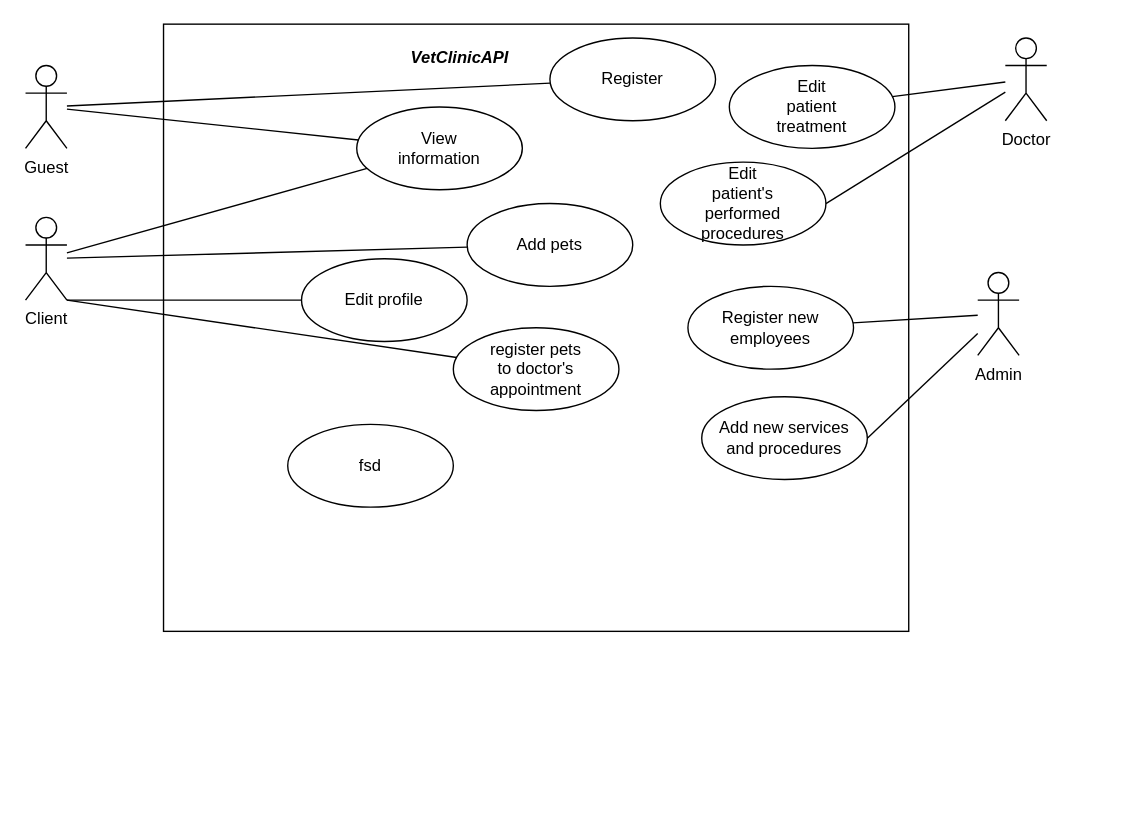
Before: UseCases.drawio in TRybina132/vetClinic, a draw.io diagram. Source tidied: cells renumbered, new cells numbered last; positions are measured from the earlier drawing's top-left corner, leaving out a move shared by most shapes. Both pictures are drawn from the tidied source at 138%, with x=0, y=0 at pixel (25, 23).
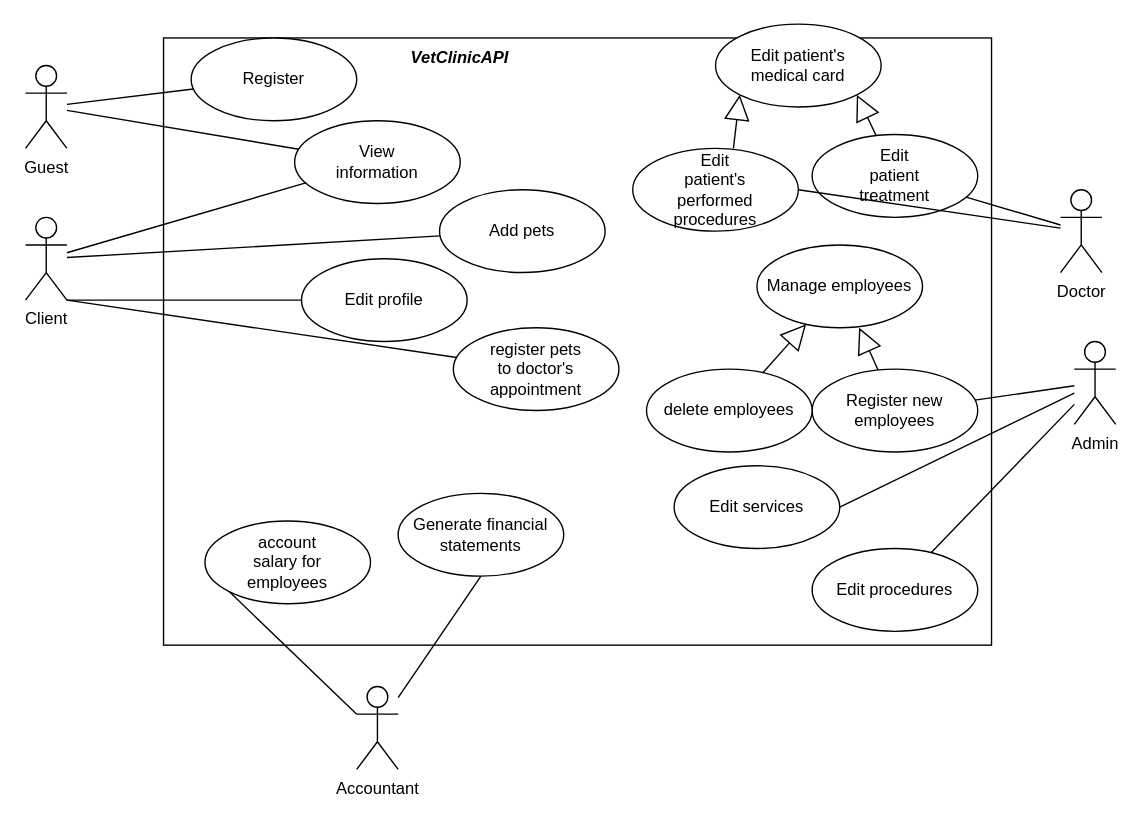
The same page after the edit.

Unchanged cells that the change refers to:
```xml
<mxCell id="32" style="ellipse;whiteSpace=wrap;html=1;" parent="31" vertex="1">
  <mxGeometry width="120" height="60" as="geometry" />
</mxCell>
<mxCell id="35" style="ellipse;whiteSpace=wrap;html=1;" parent="34" vertex="1">
  <mxGeometry width="120" height="60" as="geometry" />
</mxCell>
```

Diff of the diagram source:
```diff
@@
     <mxCell id="2" style="rounded=0;whiteSpace=wrap;html=1;" parent="1" vertex="1">
-      <mxGeometry x="100" width="540" height="440" as="geometry" />
+      <mxGeometry x="100" y="10" width="600" height="440" as="geometry" />
     </mxCell>
@@
     <mxCell id="4" style="group;" parent="1" vertex="1">
-      <mxGeometry x="240" y="60" width="120" height="60" as="geometry" />
+      <mxGeometry x="195" y="70" width="120" height="60" as="geometry" />
     </mxCell>
@@
     <mxCell id="7" style="group;" parent="1" vertex="1">
-      <mxGeometry x="380" y="10" width="120" height="60" as="geometry" />
+      <mxGeometry x="120" y="10" width="120" height="60" as="geometry" />
     </mxCell>
@@
     <mxCell id="17" style="group;" parent="1" vertex="1">
-      <mxGeometry x="320" y="130" width="120" height="60" as="geometry" />
+      <mxGeometry x="300" y="120" width="120" height="60" as="geometry" />
     </mxCell>
@@
-    <mxCell id="20" style="group;" parent="1" vertex="1">
-      <mxGeometry x="190" y="290" width="120" height="60" as="geometry" />
-    </mxCell>
-    <mxCell id="21" style="ellipse;whiteSpace=wrap;html=1;" parent="20" vertex="1">
-      <mxGeometry width="120" height="60" as="geometry" />
-    </mxCell>
-    <mxCell id="22" value="fsd" style="text;html=1;strokeColor=none;fillColor=none;align=center;verticalAlign=middle;whiteSpace=wrap;rounded=0;" parent="20" vertex="1">
-      <mxGeometry x="30" y="15" width="60" height="30" as="geometry" />
-    </mxCell>
@@
     <mxCell id="30" value="Doctor" style="shape=umlActor;verticalLabelPosition=bottom;verticalAlign=top;html=1;outlineConnect=0;" parent="1" vertex="1">
-      <mxGeometry x="710" y="10" width="30" height="60" as="geometry" />
+      <mxGeometry x="750" y="120" width="30" height="60" as="geometry" />
     </mxCell>
     <mxCell id="31" style="group;" parent="1" vertex="1">
-      <mxGeometry x="510" y="30" width="120" height="60" as="geometry" />
+      <mxGeometry x="570" y="80" width="120" height="60" as="geometry" />
     </mxCell>
@@
     <mxCell id="34" style="group;" parent="1" vertex="1">
-      <mxGeometry x="460" y="100" width="120" height="60" as="geometry" />
+      <mxGeometry x="440" y="90" width="120" height="60" as="geometry" />
     </mxCell>
@@
-    <mxCell id="38" style="endArrow=none;html=1;rounded=0;" parent="1" edge="1" source="30">
-      <mxGeometry relative="1" as="geometry">
-        <mxPoint x="580" y="130" as="targetPoint" />
-      </mxGeometry>
+    <mxCell id="38" style="endArrow=none;html=1;rounded=0;entryX=1;entryY=0.5;entryDx=0;entryDy=0;" parent="1" edge="1" source="30" target="35">
+      <mxGeometry relative="1" as="geometry" />
     </mxCell>
     <mxCell id="39" value="&lt;div&gt;Register new &lt;br&gt;&lt;/div&gt;&lt;div&gt;employees&lt;br&gt;&lt;/div&gt;" style="ellipse;whiteSpace=wrap;html=1;" parent="1" vertex="1">
-      <mxGeometry x="480" y="190" width="120" height="60" as="geometry" />
+      <mxGeometry x="570" y="250" width="120" height="60" as="geometry" />
     </mxCell>
-    <mxCell id="40" value="&lt;div&gt;Add new services&lt;/div&gt;&lt;div&gt;and procedures&lt;br&gt;&lt;/div&gt;" style="ellipse;whiteSpace=wrap;html=1;" parent="1" vertex="1">
-      <mxGeometry x="490" y="270" width="120" height="60" as="geometry" />
+    <mxCell id="40" value="&lt;div&gt;Edit services&lt;/div&gt;" style="ellipse;whiteSpace=wrap;html=1;" parent="1" vertex="1">
+      <mxGeometry x="470" y="320" width="120" height="60" as="geometry" />
     </mxCell>
     <mxCell id="41" value="Admin" style="shape=umlActor;verticalLabelPosition=bottom;verticalAlign=top;html=1;outlineConnect=0;" parent="1" vertex="1">
-      <mxGeometry x="690" y="180" width="30" height="60" as="geometry" />
+      <mxGeometry x="760" y="230" width="30" height="60" as="geometry" />
     </mxCell>
@@
+    <mxCell id="44" style="group;" parent="1" vertex="1">
+      <mxGeometry x="130" y="360" width="120" height="60" as="geometry" />
+    </mxCell>
+    <mxCell id="21" style="ellipse;whiteSpace=wrap;html=1;" parent="44" vertex="1">
+      <mxGeometry width="120" height="60" as="geometry" />
+    </mxCell>
+    <mxCell id="45" value="account salary for employees" style="text;html=1;strokeColor=none;fillColor=none;align=center;verticalAlign=middle;whiteSpace=wrap;rounded=0;" parent="44" vertex="1">
+      <mxGeometry x="30" y="15" width="60" height="30" as="geometry" />
+    </mxCell>
+    <mxCell id="46" value="Accountant" style="shape=umlActor;verticalLabelPosition=bottom;verticalAlign=top;html=1;outlineConnect=0;" parent="1" vertex="1">
+      <mxGeometry x="240" y="480" width="30" height="60" as="geometry" />
+    </mxCell>
+    <mxCell id="47" value="Generate financial statements" style="ellipse;whiteSpace=wrap;html=1;" parent="1" vertex="1">
+      <mxGeometry x="270" y="340" width="120" height="60" as="geometry" />
+    </mxCell>
+    <mxCell id="48" style="endArrow=none;html=1;rounded=0;entryX=0.5;entryY=1;entryDx=0;entryDy=0;" parent="1" edge="1" source="46" target="47">
+      <mxGeometry relative="1" as="geometry" />
+    </mxCell>
+    <mxCell id="49" style="endArrow=none;html=1;rounded=0;entryX=0;entryY=1;entryDx=0;entryDy=0;exitX=0;exitY=0.3333333333333333;exitDx=0;exitDy=0;exitPerimeter=0;" parent="1" edge="1" source="46" target="21">
+      <mxGeometry relative="1" as="geometry" />
+    </mxCell>
+    <mxCell id="50" value="&lt;div&gt;Edit patient's&lt;/div&gt;&lt;div&gt;medical card&lt;br&gt;&lt;/div&gt;" style="ellipse;whiteSpace=wrap;html=1;" parent="1" vertex="1">
+      <mxGeometry x="500" width="120" height="60" as="geometry" />
+    </mxCell>
+    <mxCell id="51" value="delete employees" style="ellipse;whiteSpace=wrap;html=1;" parent="1" vertex="1">
+      <mxGeometry x="450" y="250" width="120" height="60" as="geometry" />
+    </mxCell>
+    <mxCell id="52" style="endArrow=block;endSize=16;endFill=0;html=1;rounded=0;entryX=0;entryY=1;entryDx=0;entryDy=0;exitX=0.608;exitY=0;exitDx=0;exitDy=0;exitPerimeter=0;" parent="1" edge="1" source="35" target="50">
+      <mxGeometry relative="1" as="geometry" />
+    </mxCell>
+    <mxCell id="53" style="endArrow=block;endSize=16;endFill=0;html=1;rounded=0;entryX=1;entryY=1;entryDx=0;entryDy=0;" parent="1" edge="1" source="32" target="50">
+      <mxGeometry relative="1" as="geometry" />
+    </mxCell>
+    <mxCell id="54" value="Manage employees" style="ellipse;whiteSpace=wrap;html=1;" parent="1" vertex="1">
+      <mxGeometry x="530" y="160" width="120" height="60" as="geometry" />
+    </mxCell>
+    <mxCell id="55" style="endArrow=block;endSize=16;endFill=0;html=1;rounded=0;" parent="1" edge="1" source="51" target="54">
+      <mxGeometry relative="1" as="geometry" />
+    </mxCell>
+    <mxCell id="56" style="endArrow=block;endSize=16;endFill=0;html=1;rounded=0;entryX=0.617;entryY=1;entryDx=0;entryDy=0;entryPerimeter=0;" parent="1" edge="1" source="39" target="54">
+      <mxGeometry relative="1" as="geometry" />
+    </mxCell>
+    <mxCell id="57" value="&lt;div&gt;Edit procedures&lt;br&gt;&lt;/div&gt;" style="ellipse;whiteSpace=wrap;html=1;" parent="1" vertex="1">
+      <mxGeometry x="570" y="380" width="120" height="60" as="geometry" />
+    </mxCell>
+    <mxCell id="58" style="endArrow=none;html=1;rounded=0;" parent="1" edge="1" source="57" target="41">
+      <mxGeometry relative="1" as="geometry" />
+    </mxCell>
```
